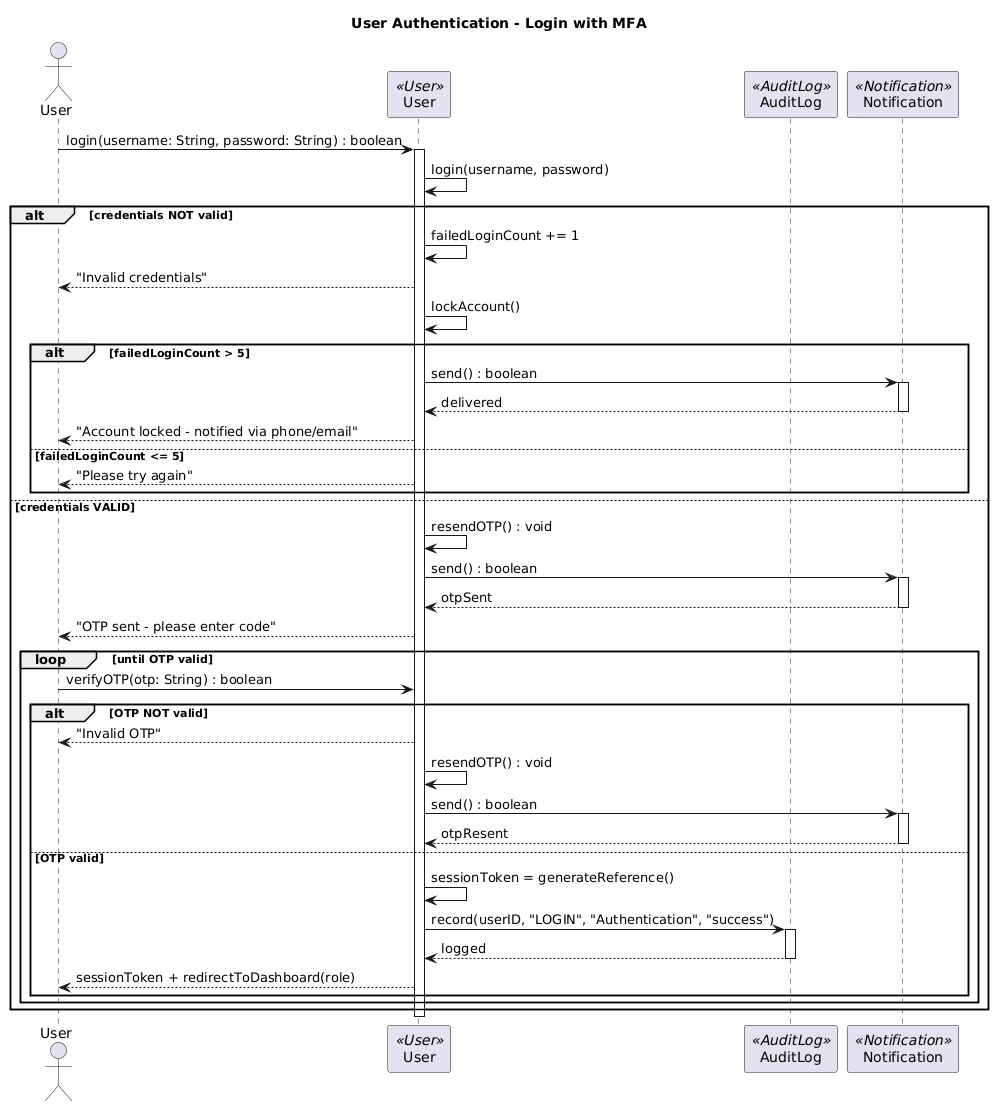
Earlier version of the PlantUML export Diagrams/Sequence Diagrams/BS_UM_02.png (erindkotobelli12/BankManagementSystem).
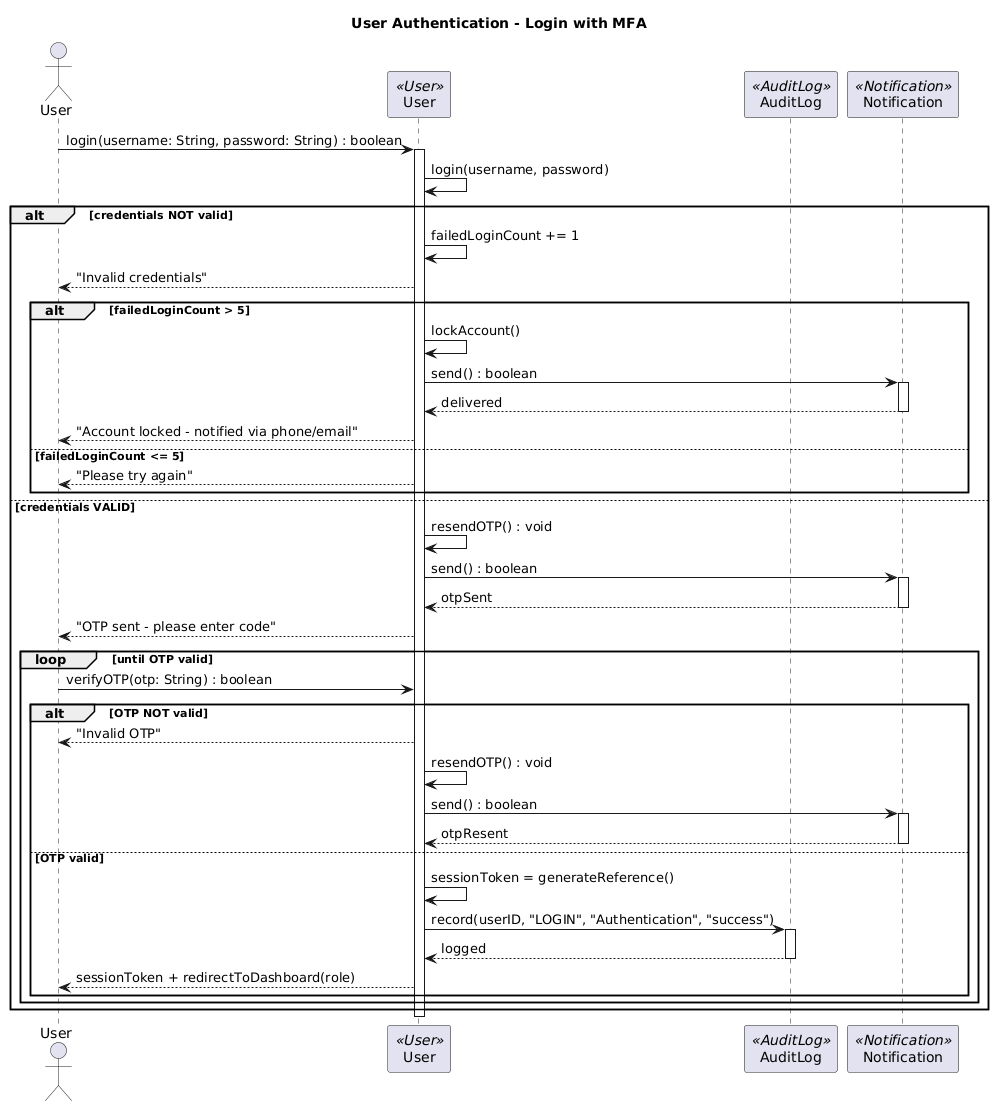
After the commit.

Diff of the diagram source:
```diff
@@ -15,8 +15,8 @@
     UA -> UA : failedLoginCount += 1
     UA --> U : "Invalid credentials"
 
-    UA -> UA : lockAccount()
     alt failedLoginCount > 5
+UA -> UA : lockAccount()
         UA -> NS : send() : boolean
         activate NS
         NS --> UA : delivered
```
